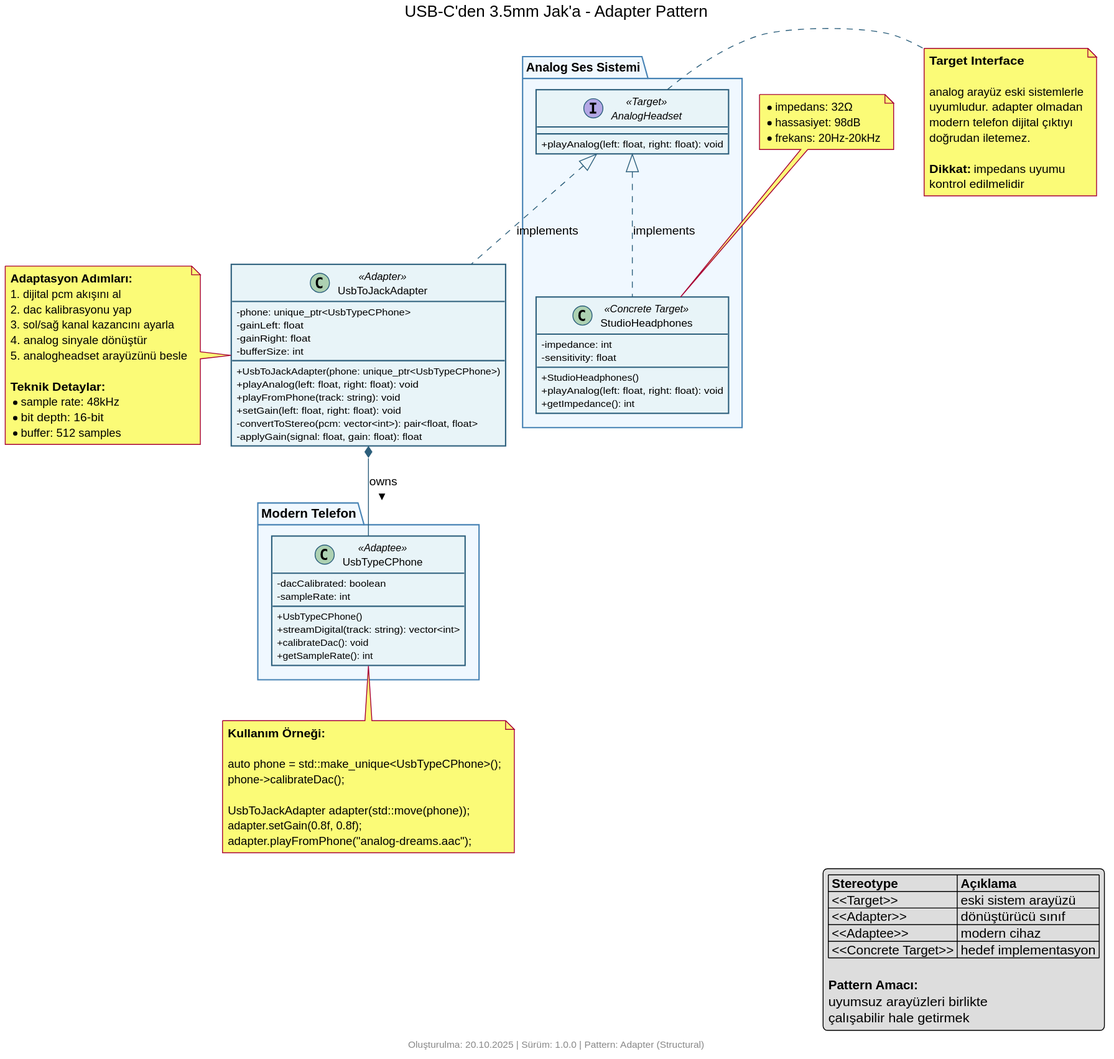
This is structural/adapter/legacy_audio/diagram.svg from kaayra2000/tasarim_kaliplari, a PlantUML export, as it was before one commit.
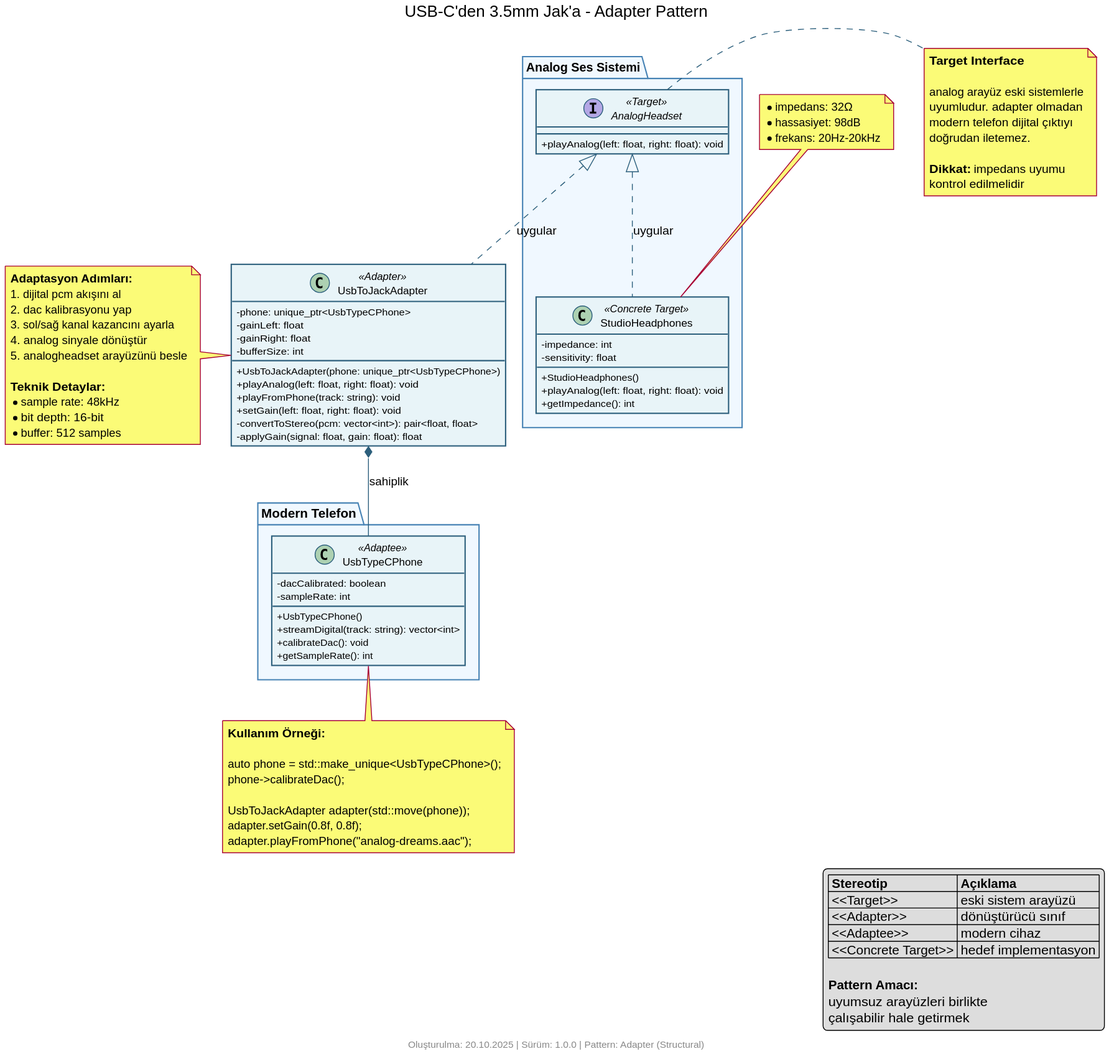
The same diagram one commit later.

Change to the diagram source:
```diff
@@ -62,9 +62,9 @@
 }
 
 
-AnalogHeadset <|.. StudioHeadphones : implements
-AnalogHeadset <|.. UsbToJackAdapter : implements
-UsbToJackAdapter *-- UsbTypeCPhone : owns >
+AnalogHeadset <|.. StudioHeadphones : uygular
+AnalogHeadset <|.. UsbToJackAdapter : uygular
+UsbToJackAdapter *-- UsbTypeCPhone : sahiplik
 
 
 note left of UsbToJackAdapter
@@ -112,7 +112,7 @@
 
 
 legend right
-  |= Stereotype |= Açıklama |
+  |= Stereotip |= Açıklama |
   | <<Target>> | eski sistem arayüzü |
   | <<Adapter>> | dönüştürücü sınıf |
   | <<Adaptee>> | modern cihaz |
```
